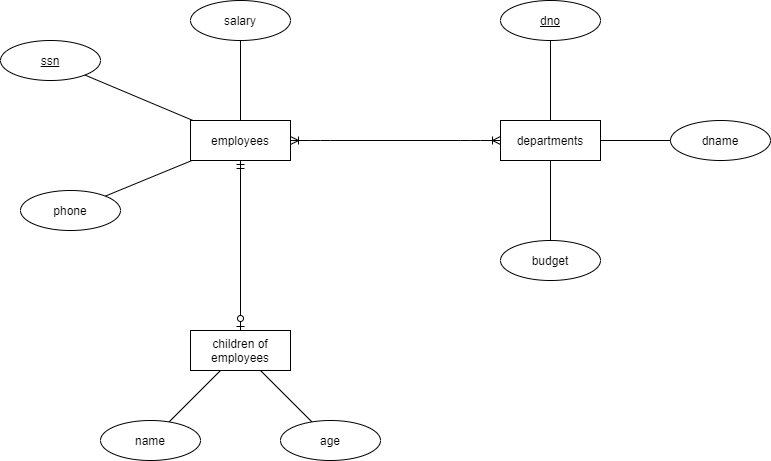
This is company_ER.png from BoCuoi98/BSQL-Assignment-101, a draw.io export, as it was before one commit. Source tidied: cells renumbered, new cells last; positions are measured from the earlier drawing's top-left corner, leaving out a move shared by most shapes.
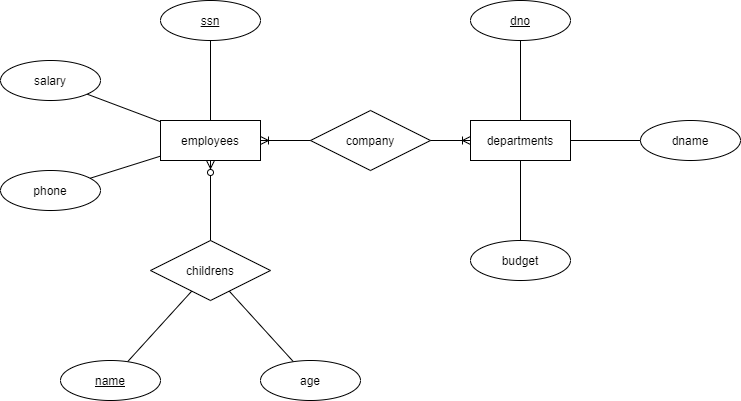
After the change.

Change to the diagram source:
```diff
@@ -11,23 +11,20 @@
     <mxCell id="4" value="departments" style="whiteSpace=wrap;html=1;align=center;" parent="1" vertex="1">
       <mxGeometry x="500" y="120" width="100" height="40" as="geometry" />
     </mxCell>
-    <mxCell id="5" value="children of employees" style="whiteSpace=wrap;html=1;align=center;" parent="1" vertex="1">
-      <mxGeometry x="190" y="330" width="100" height="40" as="geometry" />
-    </mxCell>
     <mxCell id="6" value="ssn" style="ellipse;whiteSpace=wrap;html=1;align=center;fontStyle=4;" parent="1" vertex="1">
-      <mxGeometry y="40" width="100" height="40" as="geometry" />
+      <mxGeometry x="190" width="100" height="40" as="geometry" />
     </mxCell>
     <mxCell id="7" style="edgeStyle=none;jettySize=auto;html=1;endArrow=none;" parent="1" edge="1" source="8" target="2">
       <mxGeometry relative="1" as="geometry" />
     </mxCell>
     <mxCell id="8" value="salary" style="ellipse;whiteSpace=wrap;html=1;align=center;" parent="1" vertex="1">
-      <mxGeometry x="190" width="100" height="40" as="geometry" />
+      <mxGeometry x="30" y="60" width="100" height="40" as="geometry" />
     </mxCell>
     <mxCell id="9" style="edgeStyle=none;jettySize=auto;html=1;endArrow=none;" parent="1" edge="1" source="10" target="2">
       <mxGeometry relative="1" as="geometry" />
     </mxCell>
     <mxCell id="10" value="phone" style="ellipse;whiteSpace=wrap;html=1;align=center;" parent="1" vertex="1">
-      <mxGeometry x="20" y="190" width="100" height="40" as="geometry" />
+      <mxGeometry x="30" y="170" width="100" height="40" as="geometry" />
     </mxCell>
     <mxCell id="11" value="dno" style="ellipse;whiteSpace=wrap;html=1;align=center;fontStyle=4;" parent="1" vertex="1">
       <mxGeometry x="500" width="100" height="40" as="geometry" />
@@ -44,26 +41,35 @@
     <mxCell id="15" value="dname" style="ellipse;whiteSpace=wrap;html=1;align=center;" parent="1" vertex="1">
       <mxGeometry x="670" y="120" width="100" height="40" as="geometry" />
     </mxCell>
-    <mxCell id="16" style="edgeStyle=none;jettySize=auto;html=1;endArrow=none;" parent="1" edge="1" source="17" target="5">
+    <mxCell id="16" style="edgeStyle=none;jettySize=auto;html=1;endArrow=none;" parent="1" edge="1" source="17" target="23">
       <mxGeometry relative="1" as="geometry" />
     </mxCell>
     <mxCell id="17" value="age" style="ellipse;whiteSpace=wrap;html=1;align=center;" parent="1" vertex="1">
-      <mxGeometry x="280" y="420" width="100" height="40" as="geometry" />
+      <mxGeometry x="290" y="360" width="100" height="40" as="geometry" />
     </mxCell>
-    <mxCell id="18" style="edgeStyle=none;jettySize=auto;html=1;endArrow=none;" parent="1" edge="1" source="19" target="5">
+    <mxCell id="18" style="edgeStyle=none;jettySize=auto;html=1;endArrow=none;" parent="1" edge="1" source="19" target="23">
       <mxGeometry relative="1" as="geometry" />
     </mxCell>
+    <mxCell id="20" style="endArrow=none;html=1;" parent="1" edge="1" source="6" target="2">
+      <mxGeometry relative="1" as="geometry" />
+    </mxCell>
-    <mxCell id="19" value="name" style="ellipse;whiteSpace=wrap;html=1;align=center;" parent="1" vertex="1">
-      <mxGeometry x="100" y="420" width="100" height="40" as="geometry" />
+    <mxCell id="19" value="name" style="ellipse;whiteSpace=wrap;html=1;align=center;fontStyle=4;" parent="1" vertex="1">
+      <mxGeometry x="90" y="360" width="100" height="40" as="geometry" />
     </mxCell>
-    <mxCell id="20" style="endArrow=none;html=1;" parent="1" edge="1" source="6" target="2">
-      <mxGeometry relative="1" as="geometry" />
-    </mxCell>
-    <mxCell id="21" style="edgeStyle=entityRelationEdgeStyle;fontSize=12;html=1;endArrow=ERoneToMany;startArrow=ERoneToMany;entryX=0;entryY=0.5;entryDx=0;entryDy=0;exitX=1;exitY=0.5;exitDx=0;exitDy=0;" parent="1" edge="1" source="2" target="4">
-      <mxGeometry relative="1" as="geometry" />
-    </mxCell>
-    <mxCell id="22" style="fontSize=12;html=1;endArrow=ERzeroToOne;startArrow=ERmandOne;" parent="1" edge="1" source="2" target="5">
-      <mxGeometry relative="1" as="geometry" />
-    </mxCell>
+    <mxCell id="23" value="childrens" style="shape=rhombus;perimeter=rhombusPerimeter;whiteSpace=wrap;html=1;align=center;" parent="1" vertex="1">
+      <mxGeometry x="180" y="240" width="120" height="60" as="geometry" />
+    </mxCell>
+    <mxCell id="24" style="fontSize=12;html=1;endArrow=ERzeroToMany;endFill=1;exitX=0.5;exitY=0;exitDx=0;exitDy=0;" parent="1" edge="1" source="23" target="2">
+      <mxGeometry relative="1" as="geometry" />
+    </mxCell>
+    <mxCell id="25" value="company" style="shape=rhombus;perimeter=rhombusPerimeter;whiteSpace=wrap;html=1;align=center;" parent="1" vertex="1">
+      <mxGeometry x="340" y="110" width="120" height="60" as="geometry" />
+    </mxCell>
+    <mxCell id="26" style="fontSize=12;html=1;endArrow=ERoneToMany;exitX=0;exitY=0.5;exitDx=0;exitDy=0;entryX=1;entryY=0.5;entryDx=0;entryDy=0;" parent="1" edge="1" source="25" target="2">
+      <mxGeometry relative="1" as="geometry" />
+    </mxCell>
+    <mxCell id="27" style="fontSize=12;html=1;endArrow=ERoneToMany;entryX=0;entryY=0.5;entryDx=0;entryDy=0;" parent="1" edge="1" source="25" target="4">
+      <mxGeometry relative="1" as="geometry" />
+    </mxCell>
   </root>
 </mxGraphModel>
```
